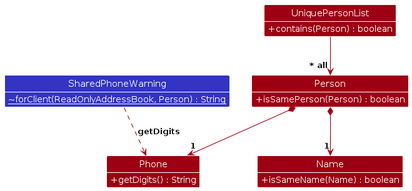
The PlantUML diagram diagrams/DuplicateDetectionClassDiagram.png in AY2627S1-CS2103T-F14a-2/tp, before a commit. Its source is kept beside it as diagrams/DuplicateDetectionClassDiagram.puml.
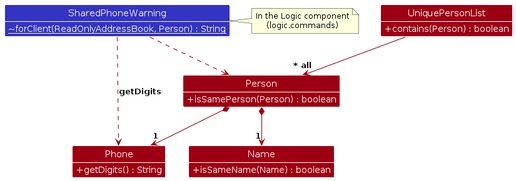
Above is the later version.

The edit, as a diff of the source:
```diff
@@ -28,4 +28,6 @@
 
 UniquePersonList --> "~* all" Person
 SharedPhoneWarning ..> Phone : getDigits
+SharedPhoneWarning ..> Person
+note right of SharedPhoneWarning : In the Logic component\n(logic.commands)
 @enduml
```
